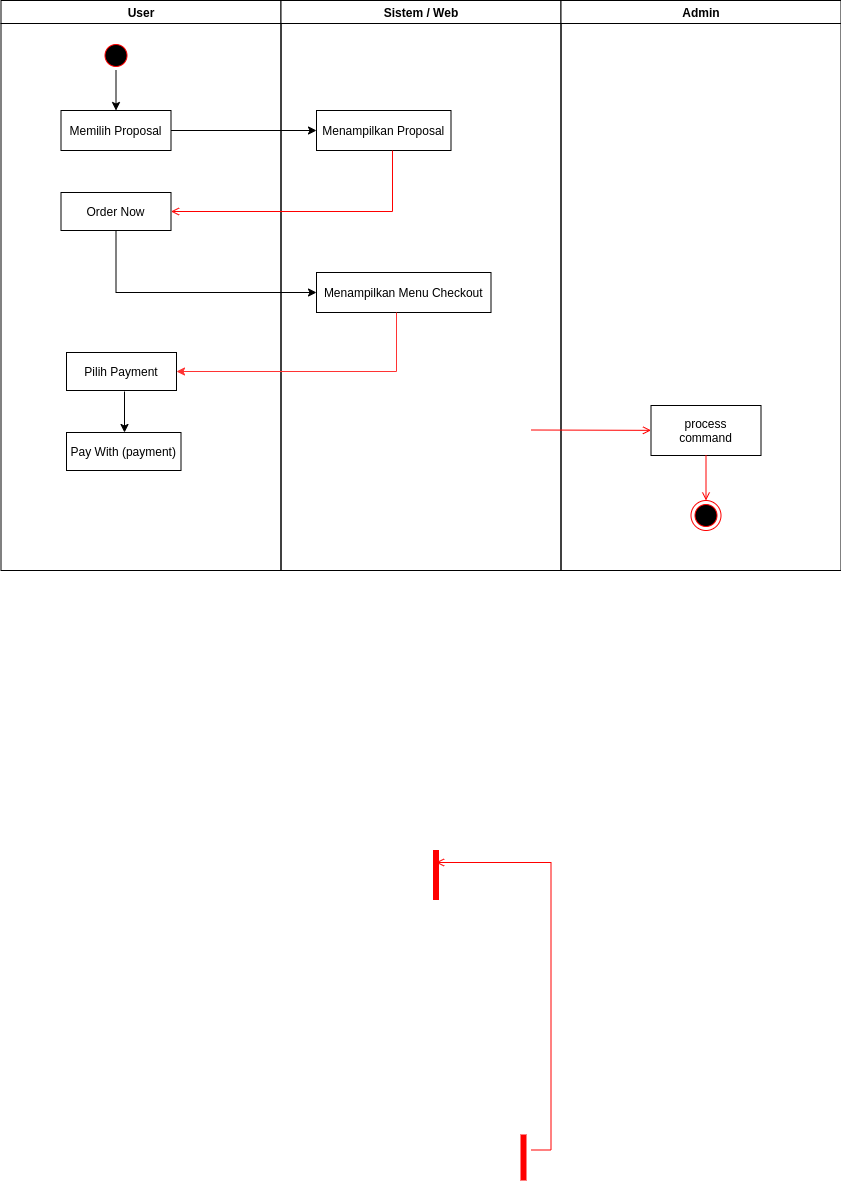
Earlier version of the draw.io export Payment.png (ahmadfaqih-dev/Flowchart). Source tidied: cells renumbered, new cells last; positions are measured from the earlier drawing's top-left corner, leaving out a move shared by most shapes. Its diagram source:
```xml
<mxGraphModel background="#ffffff">
  <root>
    <mxCell id="0" />
    <mxCell id="1" parent="0" />
    <mxCell id="2" value="User" style="swimlane;whiteSpace=wrap;" parent="1" vertex="1">
      <mxGeometry x="0.5" width="280" height="570" as="geometry" />
    </mxCell>
    <mxCell id="3" style="edgeStyle=orthogonalEdgeStyle;rounded=0;jettySize=auto;html=1;entryX=0.5;entryY=0;entryDx=0;entryDy=0;" parent="2" edge="1" source="4" target="5">
      <mxGeometry relative="1" as="geometry" />
    </mxCell>
    <mxCell id="4" style="ellipse;shape=startState;fillColor=#000000;strokeColor=#ff0000;" parent="2" vertex="1">
      <mxGeometry x="100" y="40" width="30" height="30" as="geometry" />
    </mxCell>
    <mxCell id="5" value="Memilih Proposal" parent="2" vertex="1">
      <mxGeometry x="60" y="110" width="110" height="40" as="geometry" />
    </mxCell>
    <mxCell id="6" value="Order Now" parent="2" vertex="1">
      <mxGeometry x="60" y="192" width="110" height="38" as="geometry" />
    </mxCell>
    <mxCell id="7" style="edgeStyle=orthogonalEdgeStyle;rounded=0;jettySize=auto;html=1;" parent="2" edge="1" target="9">
      <mxGeometry relative="1" as="geometry">
        <mxPoint x="123.5" y="391" as="sourcePoint" />
        <Array as="points">
          <mxPoint x="123" y="391" />
        </Array>
      </mxGeometry>
    </mxCell>
    <mxCell id="8" value="Pilih Payment" parent="2" vertex="1">
      <mxGeometry x="65.5" y="352" width="110" height="38" as="geometry" />
    </mxCell>
    <mxCell id="9" value="Pay With (payment)" parent="2" vertex="1">
      <mxGeometry x="65.5" y="432" width="114.5" height="38" as="geometry" />
    </mxCell>
    <mxCell id="10" value="Sistem / Web" style="swimlane;whiteSpace=wrap;startSize=23;" parent="1" vertex="1">
      <mxGeometry x="280.5" width="280" height="570" as="geometry" />
    </mxCell>
    <mxCell id="11" value="Menampilkan Proposal" parent="10" vertex="1">
      <mxGeometry x="35.5" y="110" width="134.5" height="40" as="geometry" />
    </mxCell>
    <mxCell id="12" style="endArrow=open;strokeColor=#FF0000;endFill=1;rounded=0;" parent="10" edge="1" target="x">
      <mxGeometry relative="1" as="geometry">
        <mxPoint x="75" y="270" as="sourcePoint" />
      </mxGeometry>
    </mxCell>
    <mxCell id="13" value="Menampilkan Menu Checkout" parent="10" vertex="1">
      <mxGeometry x="35.5" y="272" width="174.5" height="40" as="geometry" />
    </mxCell>
    <mxCell id="14" value="Admin" style="swimlane;whiteSpace=wrap;" parent="1" vertex="1">
      <mxGeometry x="560.5" width="280" height="570" as="geometry" />
    </mxCell>
    <mxCell id="15" value="process&#10;command" parent="14" vertex="1">
      <mxGeometry x="90" y="405" width="110" height="50" as="geometry" />
    </mxCell>
    <mxCell id="16" style="edgeStyle=none;strokeColor=#FF0000;endArrow=open;endFill=1;rounded=0;" parent="14" edge="1" target="15">
      <mxGeometry relative="1" as="geometry">
        <mxPoint x="-30" y="429.5" as="sourcePoint" />
      </mxGeometry>
    </mxCell>
    <mxCell id="17" style="ellipse;shape=endState;fillColor=#000000;strokeColor=#ff0000;" parent="14" vertex="1">
      <mxGeometry x="130" y="500" width="30" height="30" as="geometry" />
    </mxCell>
    <mxCell id="18" style="endArrow=open;strokeColor=#FF0000;endFill=1;rounded=0;" parent="14" edge="1" source="15" target="17">
      <mxGeometry relative="1" as="geometry" />
    </mxCell>
    <mxCell id="19" style="shape=line;strokeWidth=6;strokeColor=#ff0000;rotation=90;" parent="1" vertex="1">
      <mxGeometry x="410.5" y="867" width="50" height="15" as="geometry" />
    </mxCell>
    <mxCell id="20" style="whiteSpace=wrap;strokeColor=#FF0000;fillColor=#FF0000;" parent="1" vertex="1">
      <mxGeometry x="520.5" y="1134.5" width="5" height="45" as="geometry" />
    </mxCell>
    <mxCell id="21" style="edgeStyle=elbowEdgeStyle;elbow=horizontal;strokeColor=#FF0000;endArrow=open;endFill=1;rounded=0;entryX=0.25;entryY=0.5;entryPerimeter=0;" parent="1" edge="1" target="19">
      <mxGeometry relative="1" as="geometry">
        <mxPoint x="530.5" y="1149.5" as="sourcePoint" />
        <Array as="points">
          <mxPoint x="550.5" y="874.5" />
        </Array>
      </mxGeometry>
    </mxCell>
    <mxCell id="22" style="endArrow=open;strokeColor=#FF0000;endFill=1;rounded=0;entryX=1;entryY=0.5;entryDx=0;entryDy=0;exitX=0.565;exitY=1;exitDx=0;exitDy=0;exitPerimeter=0;" parent="1" edge="1" source="11" target="6">
      <mxGeometry relative="1" as="geometry">
        <Array as="points">
          <mxPoint x="392" y="211" />
        </Array>
      </mxGeometry>
    </mxCell>
    <mxCell id="23" style="edgeStyle=orthogonalEdgeStyle;rounded=0;jettySize=auto;html=1;" parent="1" edge="1" source="5" target="11">
      <mxGeometry relative="1" as="geometry" />
    </mxCell>
    <mxCell id="24" style="edgeStyle=orthogonalEdgeStyle;rounded=0;jettySize=auto;html=1;" parent="1" edge="1" source="6">
      <mxGeometry relative="1" as="geometry">
        <mxPoint x="316" y="292" as="targetPoint" />
        <Array as="points">
          <mxPoint x="116" y="292" />
          <mxPoint x="316" y="292" />
        </Array>
      </mxGeometry>
    </mxCell>
    <mxCell id="25" style="edgeStyle=orthogonalEdgeStyle;rounded=0;jettySize=auto;html=1;strokeColor=#FF3333;" parent="1" edge="1" source="13">
      <mxGeometry relative="1" as="geometry">
        <mxPoint x="176" y="371" as="targetPoint" />
        <Array as="points">
          <mxPoint x="396" y="371" />
        </Array>
      </mxGeometry>
    </mxCell>
  </root>
</mxGraphModel>
```
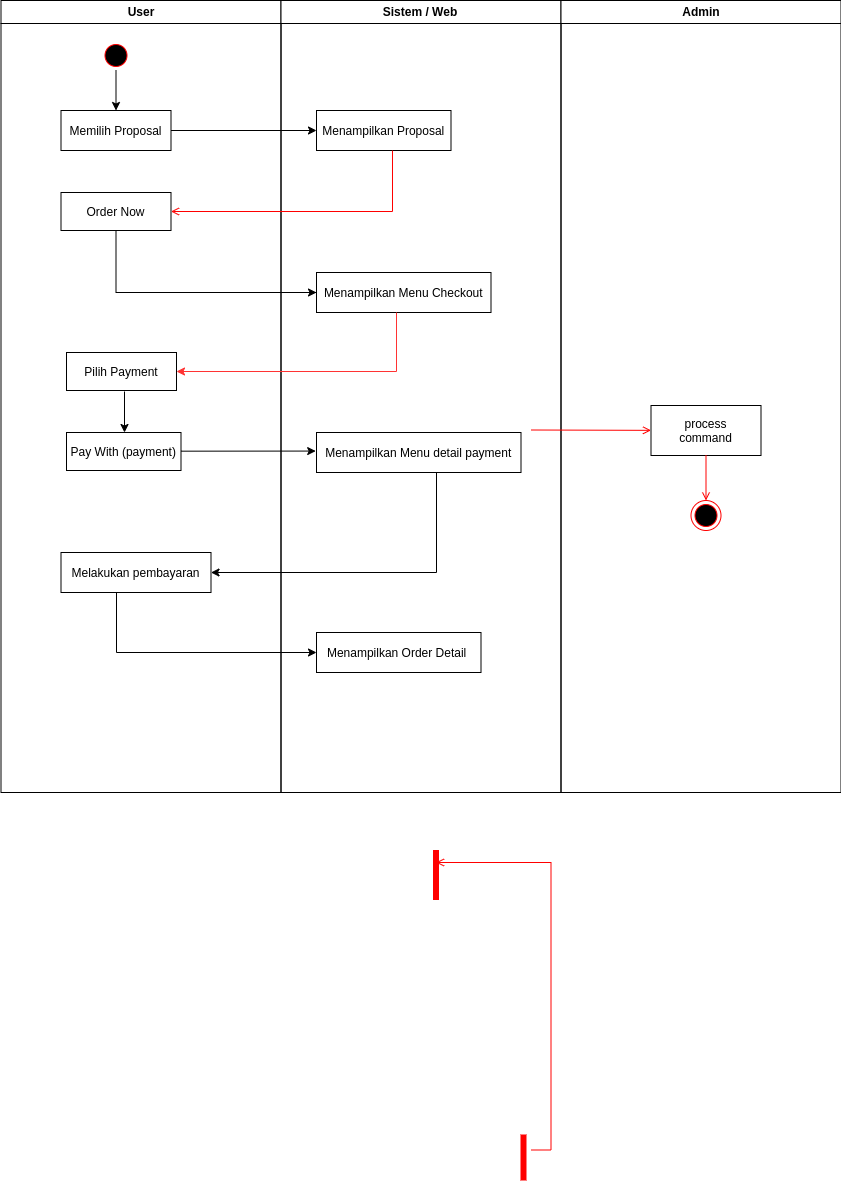
After the commit.

Diff of the diagram source:
```diff
@@ -3,7 +3,7 @@
     <mxCell id="0" />
     <mxCell id="1" parent="0" />
     <mxCell id="2" value="User" style="swimlane;whiteSpace=wrap;" parent="1" vertex="1">
-      <mxGeometry x="0.5" width="280" height="570" as="geometry" />
+      <mxGeometry x="0.5" width="280" height="792" as="geometry" />
     </mxCell>
     <mxCell id="3" style="edgeStyle=orthogonalEdgeStyle;rounded=0;jettySize=auto;html=1;entryX=0.5;entryY=0;entryDx=0;entryDy=0;" parent="2" edge="1" source="4" target="5">
       <mxGeometry relative="1" as="geometry" />
@@ -31,8 +31,11 @@
     <mxCell id="9" value="Pay With (payment)" parent="2" vertex="1">
       <mxGeometry x="65.5" y="432" width="114.5" height="38" as="geometry" />
     </mxCell>
+    <mxCell id="26" value="Melakukan pembayaran" parent="2" vertex="1">
+      <mxGeometry x="60" y="552" width="150" height="40" as="geometry" />
+    </mxCell>
     <mxCell id="10" value="Sistem / Web" style="swimlane;whiteSpace=wrap;startSize=23;" parent="1" vertex="1">
-      <mxGeometry x="280.5" width="280" height="570" as="geometry" />
+      <mxGeometry x="280.5" width="280" height="792" as="geometry" />
     </mxCell>
     <mxCell id="11" value="Menampilkan Proposal" parent="10" vertex="1">
       <mxGeometry x="35.5" y="110" width="134.5" height="40" as="geometry" />
@@ -45,8 +48,14 @@
     <mxCell id="13" value="Menampilkan Menu Checkout" parent="10" vertex="1">
       <mxGeometry x="35.5" y="272" width="174.5" height="40" as="geometry" />
     </mxCell>
+    <mxCell id="27" value="Menampilkan Menu detail payment" parent="10" vertex="1">
+      <mxGeometry x="35.5" y="432" width="204.5" height="40" as="geometry" />
+    </mxCell>
+    <mxCell id="28" value="Menampilkan Order Detail " parent="10" vertex="1">
+      <mxGeometry x="35.5" y="632" width="164.5" height="40" as="geometry" />
+    </mxCell>
     <mxCell id="14" value="Admin" style="swimlane;whiteSpace=wrap;" parent="1" vertex="1">
-      <mxGeometry x="560.5" width="280" height="570" as="geometry" />
+      <mxGeometry x="560.5" width="280" height="792" as="geometry" />
     </mxCell>
     <mxCell id="15" value="process&#10;command" parent="14" vertex="1">
       <mxGeometry x="90" y="405" width="110" height="50" as="geometry" />
@@ -103,5 +112,26 @@
         </Array>
       </mxGeometry>
     </mxCell>
+    <mxCell id="29" style="edgeStyle=orthogonalEdgeStyle;rounded=0;jettySize=auto;html=1;entryX=-0.004;entryY=0.464;entryDx=0;entryDy=0;strokeColor=#000000;entryPerimeter=0;" parent="1" edge="1" source="9" target="27">
+      <mxGeometry relative="1" as="geometry">
+        <Array as="points">
+          <mxPoint x="181" y="451" />
+        </Array>
+      </mxGeometry>
+    </mxCell>
+    <mxCell id="30" style="edgeStyle=orthogonalEdgeStyle;rounded=0;jettySize=auto;html=1;strokeColor=#000000;entryX=1;entryY=0.5;entryDx=0;entryDy=0;" parent="1" edge="1" source="27" target="26">
+      <mxGeometry relative="1" as="geometry">
+        <Array as="points">
+          <mxPoint x="436" y="572" />
+        </Array>
+      </mxGeometry>
+    </mxCell>
+    <mxCell id="31" style="edgeStyle=orthogonalEdgeStyle;rounded=0;jettySize=auto;html=1;entryX=0;entryY=0.5;entryDx=0;entryDy=0;strokeColor=#000000;" parent="1" edge="1" source="26" target="28">
+      <mxGeometry relative="1" as="geometry">
+        <Array as="points">
+          <mxPoint x="116" y="652" />
+        </Array>
+      </mxGeometry>
+    </mxCell>
   </root>
 </mxGraphModel>
```
